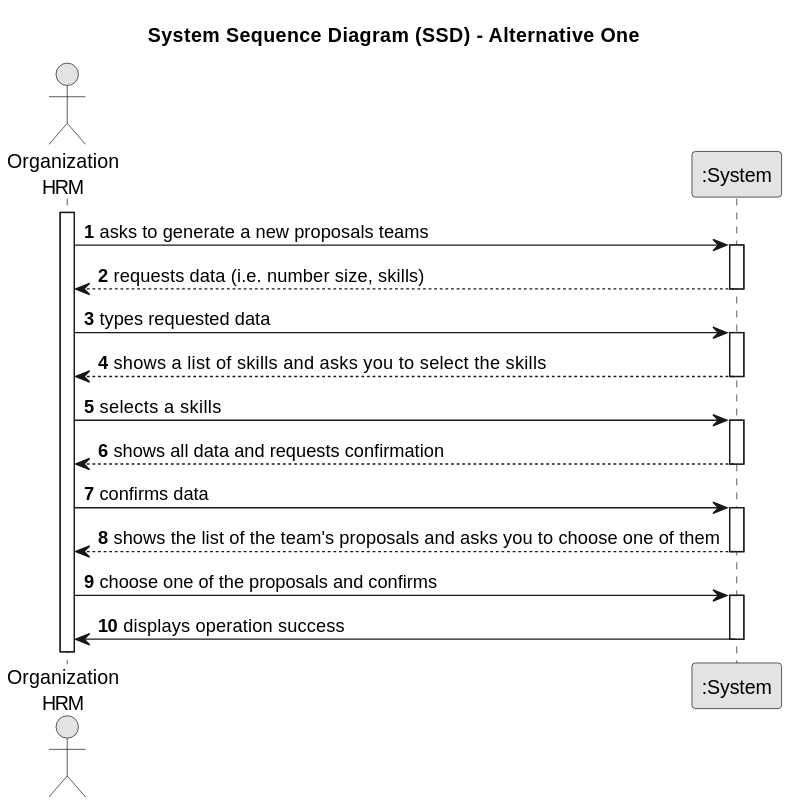
Departamento-de-Engenharia-Informatica/lei-24-s2-1db-g022 keeps this PlantUML diagram as docs/sprintA/us05/01.requirements-engineering/svg/us05-system-sequence-diagram-alternative-one.svg. Above is the earlier version. Its diagram source:
```plantuml
@startuml
skinparam monochrome true
skinparam packageStyle rectangle
skinparam shadowing false

title System Sequence Diagram (SSD) - Alternative One

autonumber

actor "Organization\nHRM" as HRM
participant ":System" as System

activate HRM

    HRM -> System : asks to generate a new proposals teams
    activate System

        System --> HRM : requests data (i.e. number size, skills)
    deactivate System

    HRM -> System : types requested data
    activate System

        System --> HRM : shows a list of skills and asks you to select the skills
    deactivate System

    HRM -> System : selects a skills
    activate System

        System --> HRM : shows all data and requests confirmation
    deactivate System

    HRM -> System : confirms data
    activate System

        System --> HRM : shows the list of the team's proposals and asks you to choose one of them

    deactivate System

    HRM -> System : choose one of the proposals and confirms
    activate System

           System -> HRM : displays operation success

    deactivate System
@enduml
```
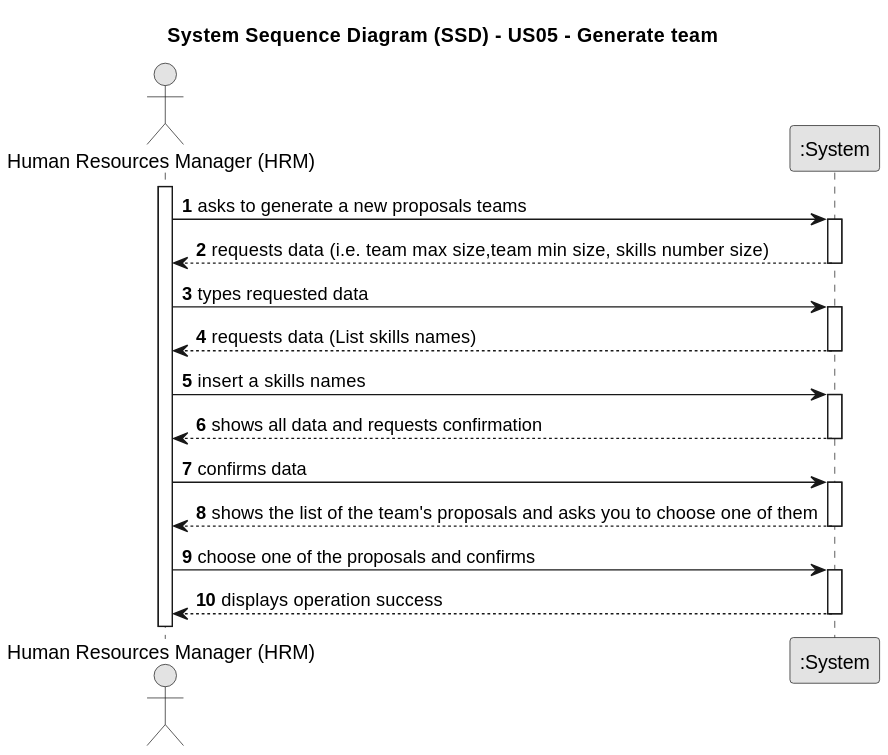
After the commit.

Commit message:
US05 - update sequece diagram and Customer Specifications and Clarifications

Diff of the diagram source:
```diff
@@ -3,11 +3,11 @@
 skinparam packageStyle rectangle
 skinparam shadowing false
 
-title System Sequence Diagram (SSD) - Alternative One
+title System Sequence Diagram (SSD) - US05 - Generate team
 
 autonumber
 
-actor "Organization\nHRM" as HRM
+actor "Human Resources Manager (HRM)" as HRM
 participant ":System" as System
 
 activate HRM
@@ -15,16 +15,16 @@
     HRM -> System : asks to generate a new proposals teams
     activate System
 
-        System --> HRM : requests data (i.e. number size, skills)
+        System --> HRM : requests data (i.e. team max size,team min size, skills number size)
     deactivate System
 
     HRM -> System : types requested data
     activate System
 
-        System --> HRM : shows a list of skills and asks you to select the skills
+        System --> HRM : requests data (List skills names)
     deactivate System
 
-    HRM -> System : selects a skills
+    HRM -> System : insert a skills names
     activate System
 
         System --> HRM : shows all data and requests confirmation
@@ -40,7 +40,7 @@
     HRM -> System : choose one of the proposals and confirms
     activate System
 
-           System -> HRM : displays operation success
+           System --> HRM : displays operation success
 
     deactivate System
 @enduml
```
